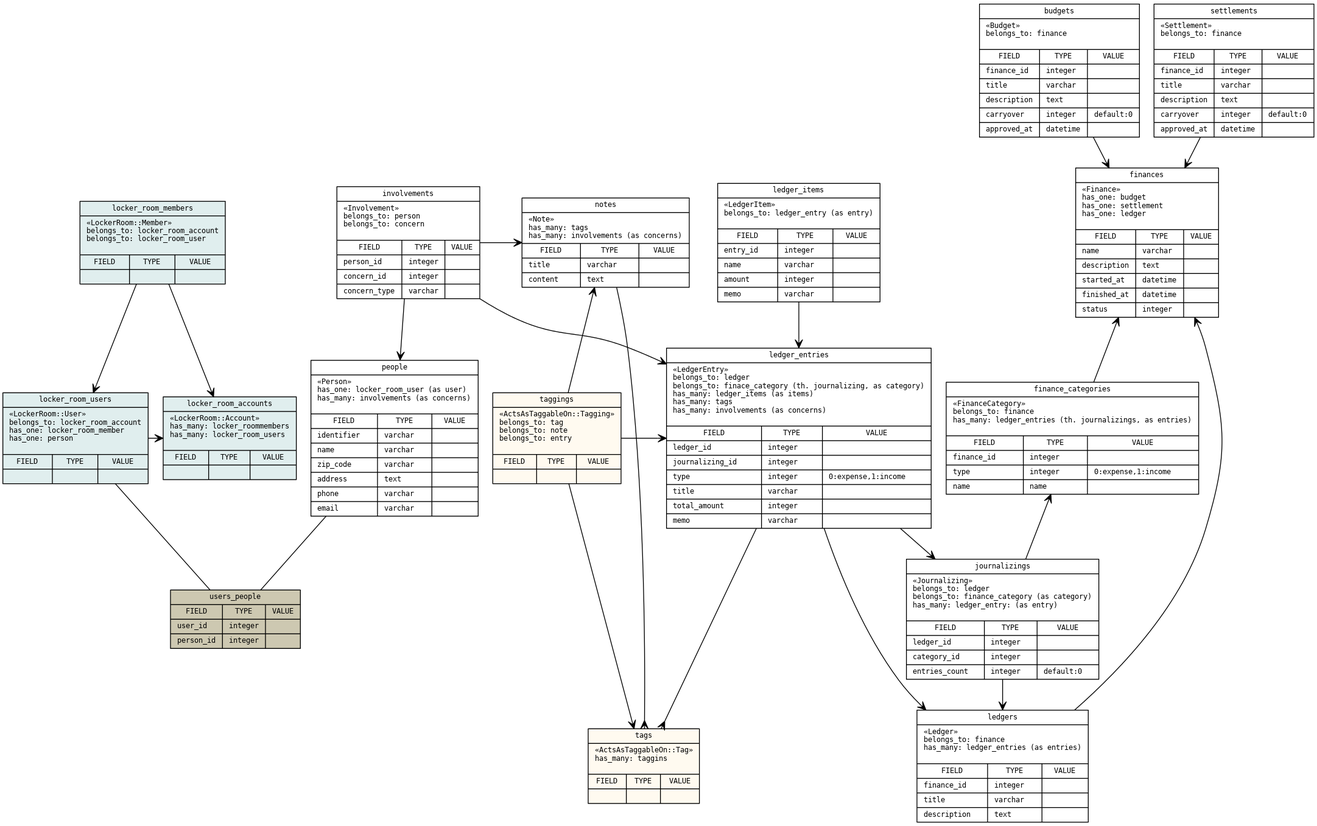
grauwoelfchen/clerkdesk keeps this Graphviz diagram as doc/er.png. Above is the earlier version. Its source is kept beside it as doc/er.dot.
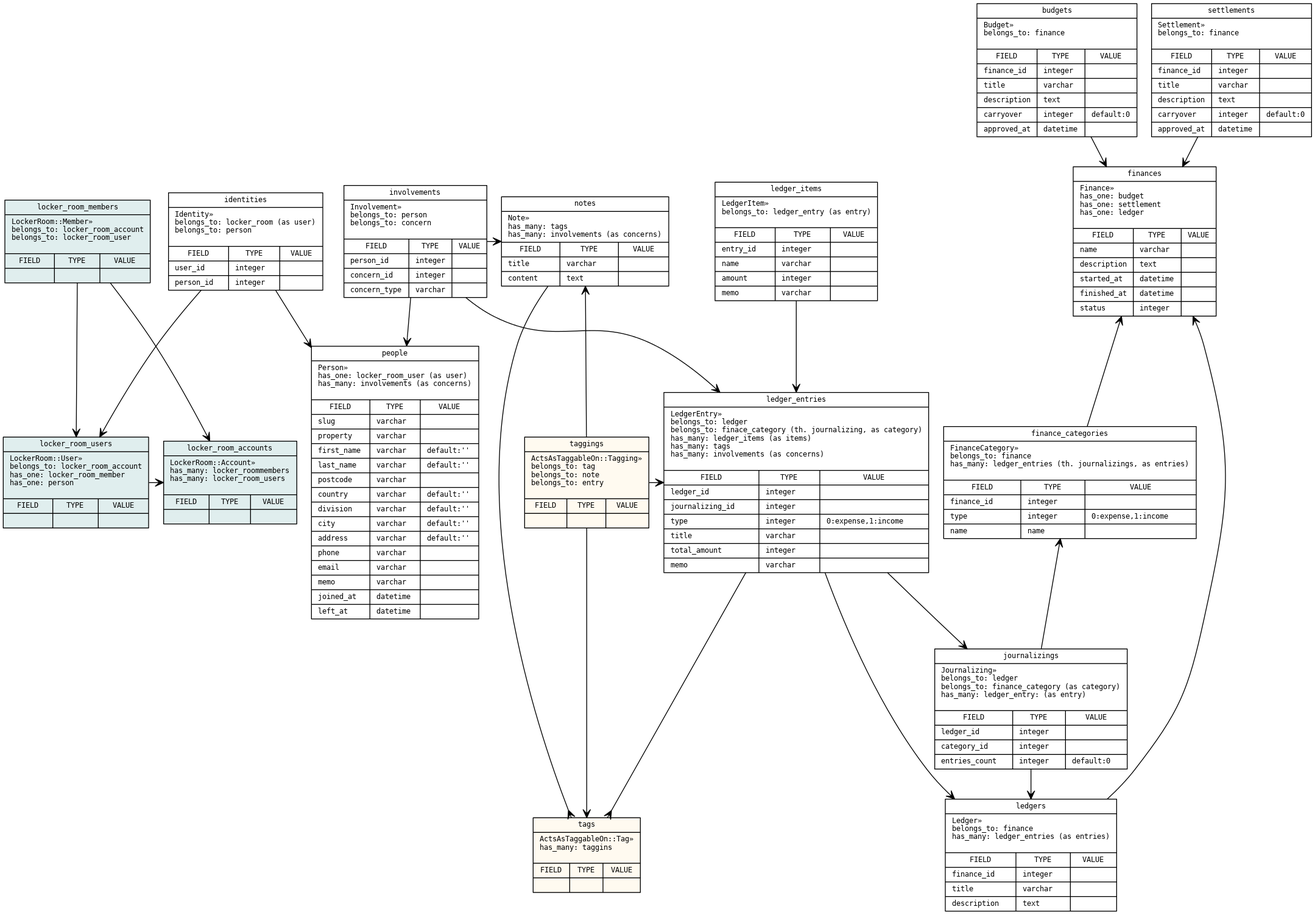
Above is the later version.

Change to the diagram source:
```diff
@@ -155,26 +155,23 @@
 
   Person [
     label = "{people|«Person»\lhas_one: locker_room_user (as user)\lhas_many: involvements (as concerns)\l\n|{ \
-      {FIELD|identifier\l|name\l|zip_code\l|address\l|phone\l|email\l}| \
-      {TYPE|varchar\l|varchar\l|varchar\l|text\l|varchar\l|varchar\l}| \
-      {VALUE|\l|\l|\l|\l|\l|\l} \
+      {FIELD|slug\l|property\l|first_name\l|last_name\l|postcode\l|country\l|division\l|city\l|address\l|phone\l|email\l|memo\l|joined_at\l|left_at\l}| \
+      {TYPE|varchar\l|varchar\l|varchar\l|varchar\l|varchar\l|varchar\l|varchar\l|varchar\l|varchar\l|varchar\l|varchar\l|varchar\l|datetime\l|datetime\l}| \
+      {VALUE|\l|\l|default:''\l|default:''\l|\l|default:''\l|default:''\l|default:''\l|default:''\l|\l|\l|\l|\l|\l} \
+    }}"
+  ]
+
+  Identity [
+    label = "{identities|«Identity»\lbelongs_to: locker_room (as user)\lbelongs_to: person\l\n|{ \
+      {FIELD|user_id\l|person_id\l}| \
+      {TYPE|integer\l|integer\l}| \
+      {VALUE|\l|\l} \
     }}"
   ]
 
   edge [ // table
     shape   = record
     rankdir = LR
-  ]
-
-  UserPerson [
-    label = "{users_people|{ \
-      {FIELD|user_id\l|person_id\l}| \
-      {TYPE|integer\l|integer\l}| \
-      {VALUE|\l|\l} \
-    }}"
-    style     = "filled"
-    fontcolor = "black"
-    fillcolor = "cornsilk3"
   ]
 
 
@@ -227,6 +224,9 @@
   Involvement -> Note
   Involvement -> LedgerEntry
 
+  Identity -> LockerRoomUser
+  Identity -> Person
+
   edge [ // has_one
     arrowhead = normal
     arrowtail = none
@@ -251,9 +251,6 @@
     dir       = both
   ]
 
-  LockerRoomUser -> UserPerson
-  Person         -> UserPerson
-
 
   /**
    * Layout
```
